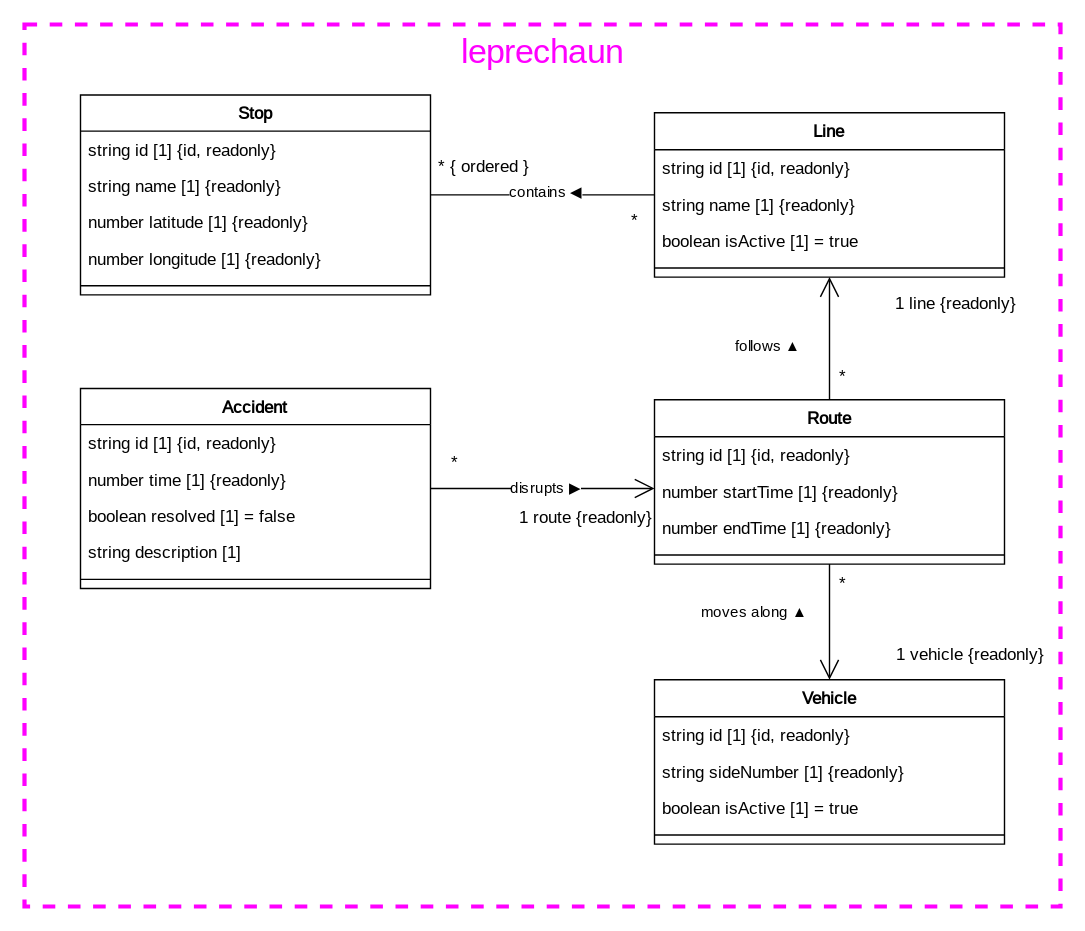
The draw.io diagram documentation/course/e2/images/class-diagram-leprechaun.drawio.svg in PWR-ACS-SE-24/SoftwareSystemDesign, before a commit. Source tidied: cells renumbered, new cells last; positions are measured from the earlier drawing's top-left corner, leaving out a move shared by most shapes.
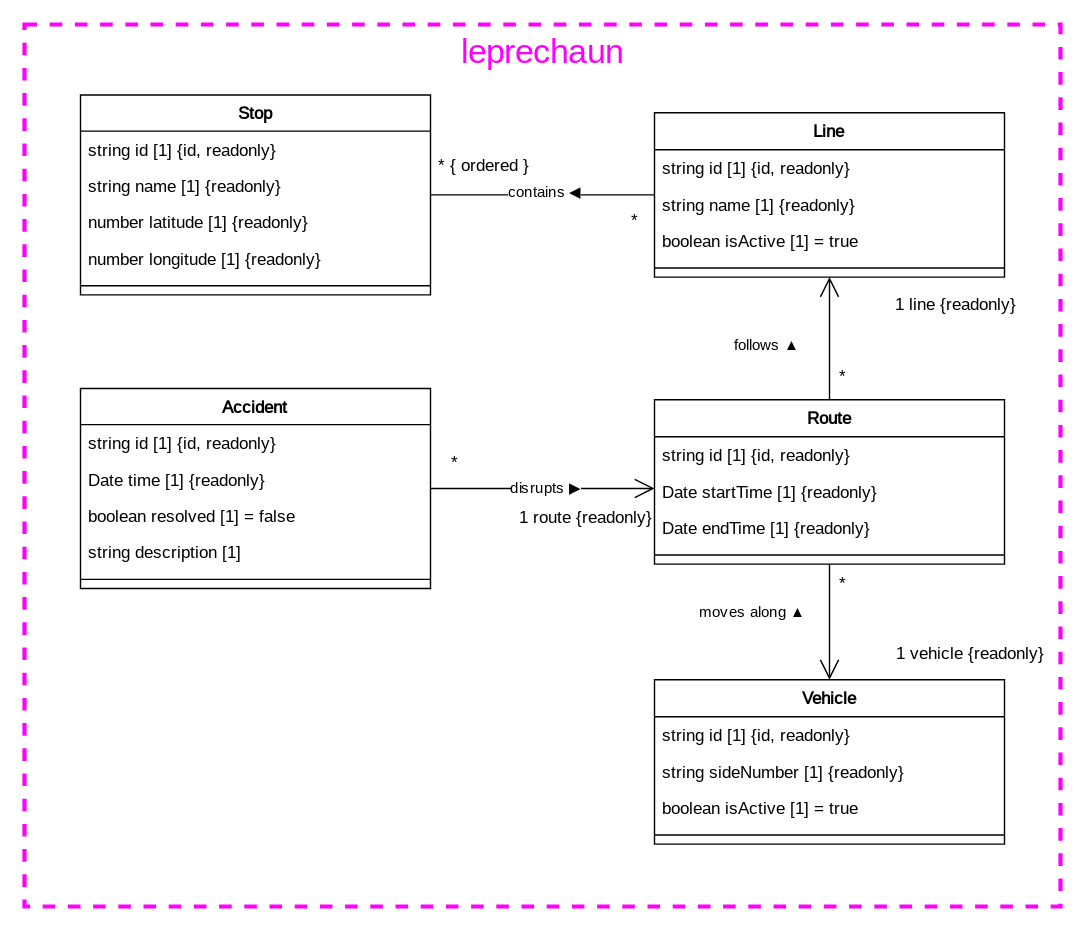
The same diagram one commit later.

Diff of the diagram source:
```diff
@@ -14,7 +14,7 @@
     <mxCell id="5" value="string id [1] {id, readonly}" style="text;strokeColor=none;fillColor=none;align=left;verticalAlign=top;spacingLeft=4;spacingRight=4;overflow=hidden;fontFamily=JetBrains Mono;fontStyle=0;fontSource=https%3A%2F%2Ffonts.googleapis.com%2Fcss%3Ffamily%3DJetBrains%2BMono;" parent="4" vertex="1">
       <mxGeometry y="25.8" width="250" height="26" as="geometry" />
     </mxCell>
-    <mxCell id="6" value="number time [1] {readonly}" style="text;strokeColor=none;fillColor=none;align=left;verticalAlign=top;spacingLeft=4;spacingRight=4;overflow=hidden;fontFamily=JetBrains Mono;fontStyle=0;fontSource=https%3A%2F%2Ffonts.googleapis.com%2Fcss%3Ffamily%3DJetBrains%2BMono;" parent="4" vertex="1">
+    <mxCell id="6" value="Date time [1] {readonly}" style="text;strokeColor=none;fillColor=none;align=left;verticalAlign=top;spacingLeft=4;spacingRight=4;overflow=hidden;fontFamily=JetBrains Mono;fontStyle=0;fontSource=https%3A%2F%2Ffonts.googleapis.com%2Fcss%3Ffamily%3DJetBrains%2BMono;" parent="4" vertex="1">
       <mxGeometry y="51.8" width="250" height="26" as="geometry" />
     </mxCell>
     <mxCell id="7" value="boolean resolved [1] = false" style="text;strokeColor=none;fillColor=none;align=left;verticalAlign=top;spacingLeft=4;spacingRight=4;overflow=hidden;fontFamily=JetBrains Mono;fontStyle=0;fontSource=https%3A%2F%2Ffonts.googleapis.com%2Fcss%3Ffamily%3DJetBrains%2BMono;" parent="4" vertex="1">
@@ -47,10 +47,10 @@
     <mxCell id="16" value="string id [1] {id, readonly}" style="text;strokeColor=none;fillColor=none;align=left;verticalAlign=top;spacingLeft=4;spacingRight=4;overflow=hidden;fontFamily=JetBrains Mono;fontStyle=0;fontSource=https%3A%2F%2Ffonts.googleapis.com%2Fcss%3Ffamily%3DJetBrains%2BMono;" parent="15" vertex="1">
       <mxGeometry y="26.4" width="250" height="26" as="geometry" />
     </mxCell>
-    <mxCell id="17" value="number startTime [1] {readonly}" style="text;strokeColor=none;fillColor=none;align=left;verticalAlign=top;spacingLeft=4;spacingRight=4;overflow=hidden;fontFamily=JetBrains Mono;fontStyle=0;fontSource=https%3A%2F%2Ffonts.googleapis.com%2Fcss%3Ffamily%3DJetBrains%2BMono;" parent="15" vertex="1">
+    <mxCell id="17" value="Date startTime [1] {readonly}" style="text;strokeColor=none;fillColor=none;align=left;verticalAlign=top;spacingLeft=4;spacingRight=4;overflow=hidden;fontFamily=JetBrains Mono;fontStyle=0;fontSource=https%3A%2F%2Ffonts.googleapis.com%2Fcss%3Ffamily%3DJetBrains%2BMono;" parent="15" vertex="1">
       <mxGeometry y="52.4" width="250" height="26" as="geometry" />
     </mxCell>
-    <mxCell id="18" value="number endTime [1] {readonly}" style="text;strokeColor=none;fillColor=none;align=left;verticalAlign=top;spacingLeft=4;spacingRight=4;overflow=hidden;fontFamily=JetBrains Mono;fontStyle=0;fontSource=https%3A%2F%2Ffonts.googleapis.com%2Fcss%3Ffamily%3DJetBrains%2BMono;" parent="15" vertex="1">
+    <mxCell id="18" value="Date endTime [1] {readonly}" style="text;strokeColor=none;fillColor=none;align=left;verticalAlign=top;spacingLeft=4;spacingRight=4;overflow=hidden;fontFamily=JetBrains Mono;fontStyle=0;fontSource=https%3A%2F%2Ffonts.googleapis.com%2Fcss%3Ffamily%3DJetBrains%2BMono;" parent="15" vertex="1">
       <mxGeometry y="78.4" width="250" height="26" as="geometry" />
     </mxCell>
     <mxCell id="19" style="line;strokeWidth=1;fillColor=none;align=left;verticalAlign=middle;spacingTop=-1;spacingLeft=3;spacingRight=3;labelPosition=right;strokeColor=inherit;fontFamily=JetBrains Mono;fontStyle=0;fontSource=https%3A%2F%2Ffonts.googleapis.com%2Fcss%3Ffamily%3DJetBrains%2BMono;" parent="15" vertex="1">
```
